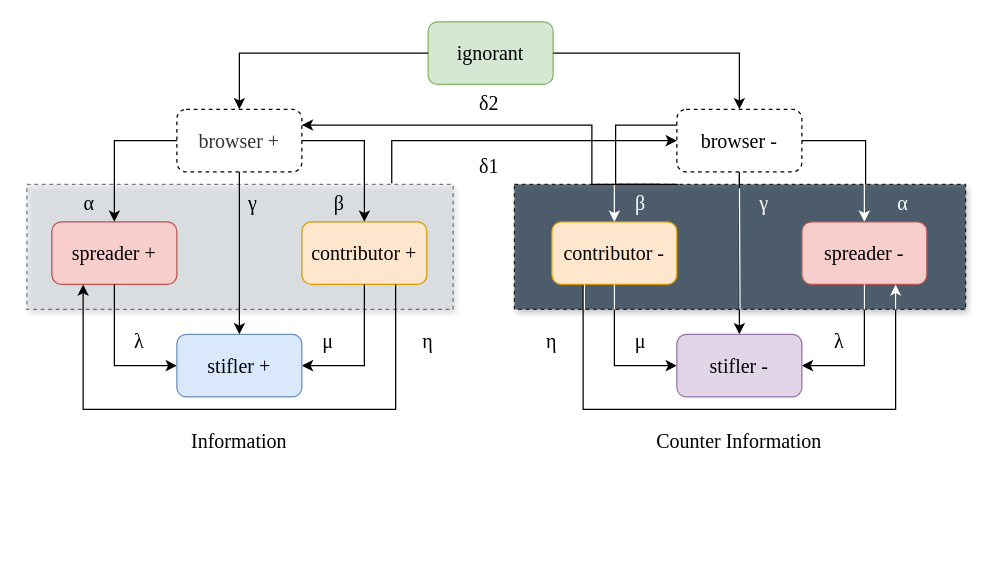
Earlier version of the draw.io diagram Copy of cms.drawio (CharmonyShen/text-to-speech). Source tidied: cells renumbered, new cells numbered last; positions are measured from the earlier drawing's top-left corner, leaving out a move shared by most shapes. Both pictures are drawn from the tidied source at 125%, with x=0, y=0 at pixel (26, 21).
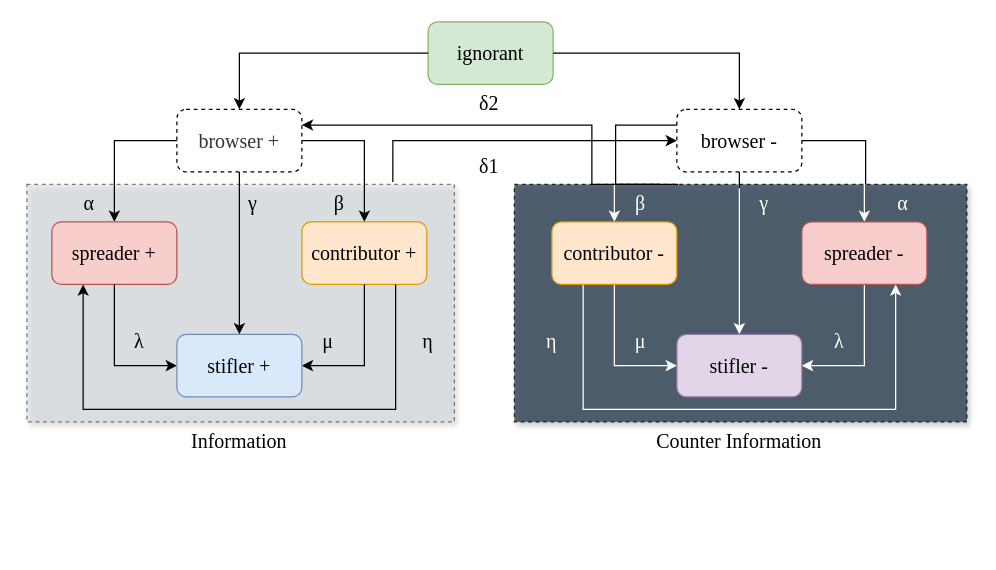
The same page after the edit.

Unchanged cells that the change refers to:
```xml
<mxCell id="17" value="&lt;font face=&quot;Times New Roman&quot; style=&quot;font-size: 16px&quot;&gt;stifler -&lt;/font&gt;" style="rounded=1;whiteSpace=wrap;html=1;fillColor=#e1d5e7;strokeColor=#9673a6;" parent="1" vertex="1">
  <mxGeometry x="520" y="250" width="100" height="50" as="geometry" />
</mxCell>
<mxCell id="23" value="&lt;font face=&quot;Times New Roman&quot; size=&quot;3&quot;&gt;spreader -&lt;br&gt;&lt;/font&gt;" style="rounded=1;whiteSpace=wrap;html=1;fillColor=#f8cecc;strokeColor=#b85450;" parent="1" vertex="1">
  <mxGeometry x="620" y="160" width="100" height="50" as="geometry" />
</mxCell>
<mxCell id="25" value="&lt;font face=&quot;Times New Roman&quot; size=&quot;3&quot;&gt;contributor -&lt;br&gt;&lt;/font&gt;" style="rounded=1;whiteSpace=wrap;html=1;fillColor=#ffe6cc;strokeColor=#d79b00;" parent="1" vertex="1">
  <mxGeometry x="420" y="160" width="100" height="50" as="geometry" />
</mxCell>
<mxCell id="27" value="&lt;font face=&quot;Times New Roman&quot; size=&quot;3&quot;&gt;&lt;font color=&quot;#000000&quot;&gt;browser -&lt;/font&gt;&lt;br&gt;&lt;/font&gt;" style="rounded=1;whiteSpace=wrap;html=1;fillColor=none;strokeColor=#000000;fontColor=#333333;gradientColor=#ffffff;dashed=1;" parent="1" vertex="1">
  <mxGeometry x="520" y="70" width="100" height="50" as="geometry" />
</mxCell>
```

The edit, as a diff of the source:
```diff
@@
     <mxCell id="2" style="rounded=0;whiteSpace=wrap;html=1;glass=0;dashed=1;fillColor=#D6DBDF;opacity=50;shadow=1;" parent="1" vertex="1">
-      <mxGeometry y="130" width="341" height="100" as="geometry" />
+      <mxGeometry y="130" width="342" height="190" as="geometry" />
     </mxCell>
     <mxCell id="3" style="rounded=0;whiteSpace=wrap;html=1;glass=0;dashed=1;fillColor=#2E4053;sketch=0;shadow=1;opacity=80;" parent="1" vertex="1">
-      <mxGeometry x="390" y="130" width="361" height="100" as="geometry" />
+      <mxGeometry x="390" y="130" width="362" height="190" as="geometry" />
     </mxCell>
@@
-    <mxCell id="14" style="edgeStyle=orthogonalEdgeStyle;rounded=0;jettySize=auto;html=1;exitX=0;exitY=0.5;exitDx=0;exitDy=0;entryX=0.5;entryY=1;entryDx=0;entryDy=0;startArrow=classic;startFill=1;endArrow=none;endFill=0;strokeColor=#000000;" parent="1" edge="1" source="17" target="25">
+    <mxCell id="14" style="edgeStyle=orthogonalEdgeStyle;rounded=0;jettySize=auto;html=1;exitX=0;exitY=0.5;exitDx=0;exitDy=0;entryX=0.5;entryY=1;entryDx=0;entryDy=0;startArrow=classic;startFill=1;endArrow=none;endFill=0;strokeColor=#FFFFFF;" parent="1" edge="1" source="17" target="25">
       <mxGeometry relative="1" as="geometry" />
     </mxCell>
-    <mxCell id="15" style="edgeStyle=orthogonalEdgeStyle;rounded=0;jettySize=auto;html=1;exitX=1;exitY=0.5;exitDx=0;exitDy=0;entryX=0.5;entryY=1;entryDx=0;entryDy=0;startArrow=classic;startFill=1;endArrow=none;endFill=0;strokeColor=#000000;" parent="1" edge="1" source="17" target="23">
+    <mxCell id="15" style="edgeStyle=orthogonalEdgeStyle;rounded=0;jettySize=auto;html=1;exitX=1;exitY=0.5;exitDx=0;exitDy=0;entryX=0.5;entryY=1;entryDx=0;entryDy=0;startArrow=classic;startFill=1;endArrow=none;endFill=0;strokeColor=#FFFFFF;" parent="1" edge="1" source="17" target="23">
       <mxGeometry relative="1" as="geometry" />
     </mxCell>
-    <mxCell id="16" style="edgeStyle=orthogonalEdgeStyle;rounded=0;jettySize=auto;html=1;exitX=0.5;exitY=0;exitDx=0;exitDy=0;entryX=0.5;entryY=1;entryDx=0;entryDy=0;startArrow=classic;startFill=1;endArrow=none;endFill=0;strokeColor=#000000;" parent="1" edge="1" source="17" target="27">
+    <mxCell id="16" style="edgeStyle=orthogonalEdgeStyle;rounded=0;jettySize=auto;html=1;exitX=0.5;exitY=0;exitDx=0;exitDy=0;entryX=0.5;entryY=1;entryDx=0;entryDy=0;startArrow=classic;startFill=1;endArrow=none;endFill=0;strokeColor=#FFFFFF;" parent="1" edge="1" source="17" target="27">
       <mxGeometry relative="1" as="geometry" />
     </mxCell>
@@
-    <mxCell id="22" style="edgeStyle=orthogonalEdgeStyle;rounded=0;jettySize=auto;html=1;exitX=0.75;exitY=1;exitDx=0;exitDy=0;entryX=0.25;entryY=1;entryDx=0;entryDy=0;startArrow=classic;startFill=1;endArrow=none;endFill=0;strokeColor=#000000;" parent="1" edge="1" source="23" target="25">
+    <mxCell id="22" style="edgeStyle=orthogonalEdgeStyle;rounded=0;jettySize=auto;html=1;exitX=0.75;exitY=1;exitDx=0;exitDy=0;entryX=0.25;entryY=1;entryDx=0;entryDy=0;startArrow=classic;startFill=1;endArrow=none;endFill=0;strokeColor=#FFFFFF;" parent="1" edge="1" source="23" target="25">
       <mxGeometry relative="1" as="geometry">
         <Array as="points">
           <mxPoint x="695" y="310" />
           <mxPoint x="445" y="310" />
         </Array>
       </mxGeometry>
     </mxCell>
@@
-    <mxCell id="28" style="endArrow=none;html=1;rounded=0;strokeColor=#FFFFFF;entryX=0.5;entryY=1;entryDx=0;entryDy=0;exitX=0.5;exitY=1;exitDx=0;exitDy=0;" parent="1" edge="1" source="3" target="27">
-      <mxGeometry relative="1" as="geometry" />
-    </mxCell>
-    <mxCell id="29" style="endArrow=none;html=1;rounded=0;strokeColor=#FFFFFF;" parent="1" edge="1">
-      <mxGeometry relative="1" as="geometry">
-        <mxPoint x="670" y="230" as="sourcePoint" />
-        <mxPoint x="670" y="210" as="targetPoint" />
-      </mxGeometry>
-    </mxCell>
-    <mxCell id="30" style="endArrow=none;html=1;rounded=0;strokeColor=#FFFFFF;" parent="1" edge="1">
-      <mxGeometry relative="1" as="geometry">
-        <mxPoint x="470" y="230" as="sourcePoint" />
-        <mxPoint x="470" y="210" as="targetPoint" />
-      </mxGeometry>
-    </mxCell>
-    <mxCell id="31" style="endArrow=none;html=1;rounded=0;strokeColor=#FFFFFF;" parent="1" edge="1">
-      <mxGeometry relative="1" as="geometry">
-        <mxPoint x="446" y="230" as="sourcePoint" />
-        <mxPoint x="446" y="210" as="targetPoint" />
-      </mxGeometry>
-    </mxCell>
-    <mxCell id="32" style="endArrow=classic;html=1;rounded=0;strokeColor=#FFFFFF;startArrow=none;startFill=0;endFill=1;" parent="1" edge="1">
-      <mxGeometry relative="1" as="geometry">
-        <mxPoint x="695" y="230" as="sourcePoint" />
-        <mxPoint x="695" y="210" as="targetPoint" />
-      </mxGeometry>
-    </mxCell>
@@
-    <mxCell id="44" value="λ" style="text;html=1;strokeColor=none;fillColor=none;align=center;verticalAlign=middle;whiteSpace=wrap;rounded=0;fontFamily=Times New Roman;fontSize=16;" parent="1" vertex="1">
+    <mxCell id="44" value="λ" style="text;html=1;strokeColor=none;fillColor=none;align=center;verticalAlign=middle;whiteSpace=wrap;rounded=0;fontFamily=Times New Roman;fontSize=16;fontColor=#FFFFFF;" parent="1" vertex="1">
       <mxGeometry x="620" y="240" width="60" height="30" as="geometry" />
     </mxCell>
-    <mxCell id="45" value="μ" style="text;html=1;strokeColor=none;fillColor=none;align=center;verticalAlign=middle;whiteSpace=wrap;rounded=0;fontFamily=Times New Roman;fontSize=16;" parent="1" vertex="1">
+    <mxCell id="45" value="μ" style="text;html=1;strokeColor=none;fillColor=none;align=center;verticalAlign=middle;whiteSpace=wrap;rounded=0;fontFamily=Times New Roman;fontSize=16;fontColor=#FFFFFF;" parent="1" vertex="1">
       <mxGeometry x="461" y="240" width="60" height="30" as="geometry" />
     </mxCell>
@@
-    <mxCell id="48" value="η" style="text;html=1;strokeColor=none;fillColor=none;align=center;verticalAlign=middle;whiteSpace=wrap;rounded=0;fontFamily=Times New Roman;fontSize=16;" parent="1" vertex="1">
+    <mxCell id="48" value="η" style="text;html=1;strokeColor=none;fillColor=none;align=center;verticalAlign=middle;whiteSpace=wrap;rounded=0;fontFamily=Times New Roman;fontSize=16;fontColor=#FFFFFF;" parent="1" vertex="1">
       <mxGeometry x="390" y="240" width="60" height="30" as="geometry" />
     </mxCell>
     <mxCell id="49" style="endArrow=classic;html=1;rounded=0;fontFamily=Times New Roman;fontSize=16;fontColor=#000000;strokeColor=#000000;exitX=0.856;exitY=-0.01;exitDx=0;exitDy=0;entryX=0;entryY=0.5;entryDx=0;entryDy=0;edgeStyle=orthogonalEdgeStyle;exitPerimeter=0;" parent="1" edge="1" source="2" target="27">
-      <mxGeometry relative="1" as="geometry" />
+      <mxGeometry relative="1" as="geometry">
+        <Array as="points">
+          <mxPoint x="293" y="95" />
+        </Array>
+      </mxGeometry>
     </mxCell>
```
